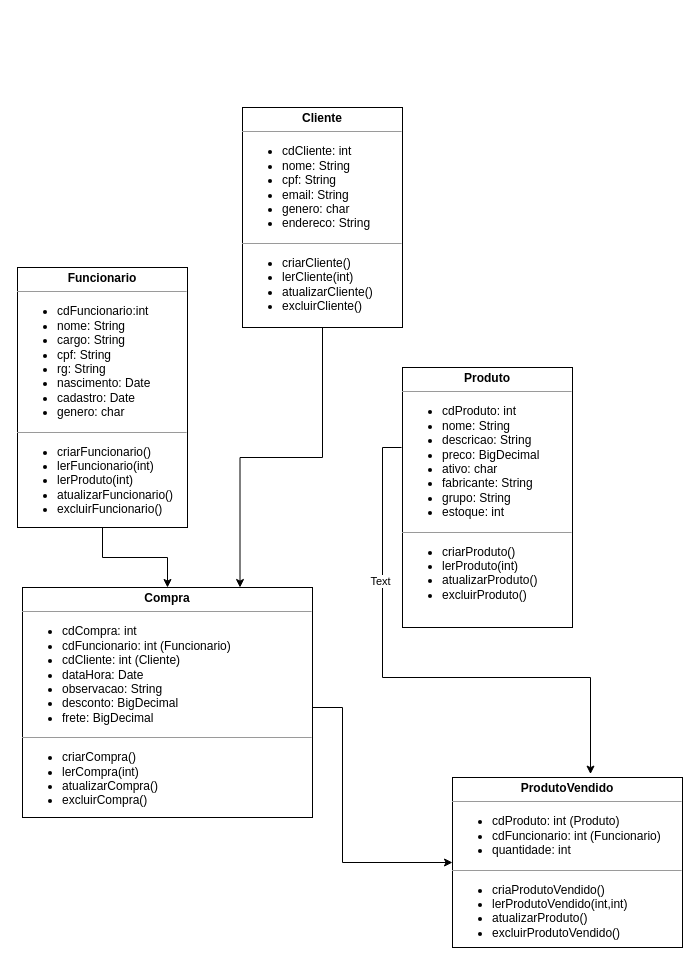
This is Diagrama-SV.drawio from jaumx/SistemaSenac, a draw.io file, before an edit. Source tidied: cells renumbered, new cells numbered last; positions are measured from the earlier drawing's top-left corner, leaving out a move shared by most shapes. Both pictures are drawn from the tidied source at 100%, with x=0, y=0 at pixel (17, 107).
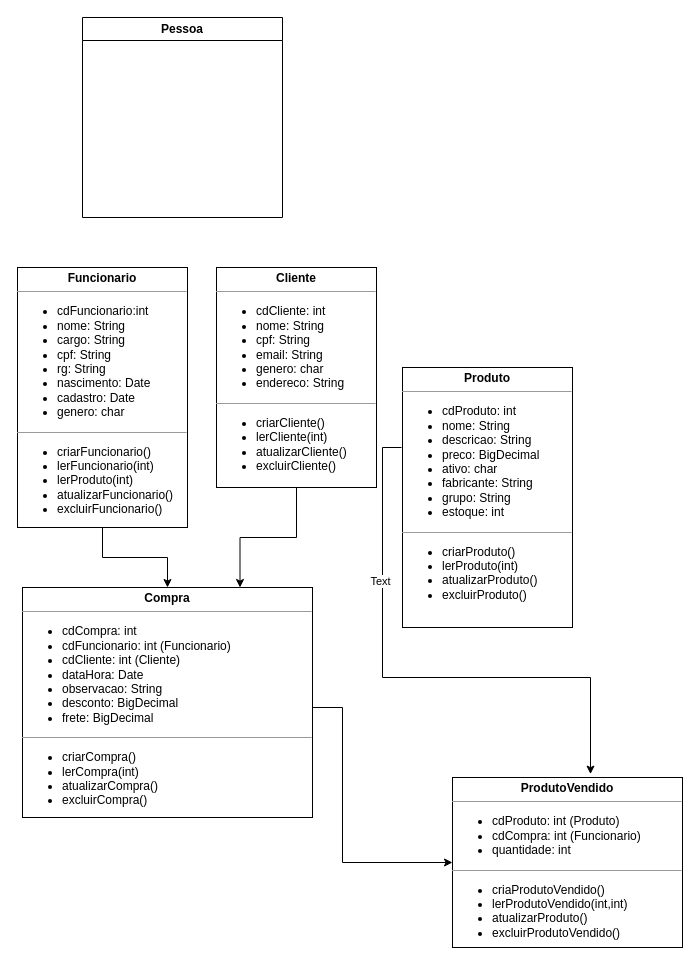
The same diagram, later.

What changed in the source:
```diff
@@
 <mxGraphModel>
   <root>
     <mxCell id="0" />
     <mxCell id="1" parent="0" />
     <mxCell id="2" style="edgeStyle=orthogonalEdgeStyle;rounded=0;jettySize=auto;html=1;entryX=0.75;entryY=0;entryDx=0;entryDy=0;" parent="1" edge="1" source="3" target="10">
       <mxGeometry relative="1" as="geometry" />
     </mxCell>
     <mxCell id="3" value="&lt;p style=&quot;margin:0px;margin-top:4px;text-align:center;&quot;&gt;&lt;b&gt;Cliente&lt;/b&gt;&lt;/p&gt;&lt;hr size=&quot;1&quot;&gt;&lt;p style=&quot;margin:0px;margin-left:4px;&quot;&gt;&lt;/p&gt;&lt;ul&gt;&lt;li&gt;cdCliente: int&lt;/li&gt;&lt;li&gt;nome: String&lt;/li&gt;&lt;li&gt;cpf: String&lt;/li&gt;&lt;li&gt;email: String&lt;/li&gt;&lt;li&gt;genero: char&lt;/li&gt;&lt;li&gt;endereco: String&lt;/li&gt;&lt;/ul&gt;&lt;p&gt;&lt;/p&gt;&lt;hr size=&quot;1&quot;&gt;&lt;p style=&quot;margin:0px;margin-left:4px;&quot;&gt;&lt;/p&gt;&lt;ul&gt;&lt;li&gt;criarCliente()&lt;/li&gt;&lt;li&gt;lerCliente(int)&lt;/li&gt;&lt;li&gt;atualizarCliente()&lt;/li&gt;&lt;li&gt;excluirCliente()&lt;/li&gt;&lt;/ul&gt;&lt;p&gt;&lt;/p&gt;" style="verticalAlign=top;align=left;overflow=fill;fontSize=12;fontFamily=Helvetica;html=1;whiteSpace=wrap;" parent="1" vertex="1">
-      <mxGeometry x="225" width="160" height="220" as="geometry" />
+      <mxGeometry x="199" y="160" width="160" height="220" as="geometry" />
     </mxCell>
     <mxCell id="4" style="edgeStyle=orthogonalEdgeStyle;rounded=0;jettySize=auto;html=1;" parent="1" edge="1" source="5" target="10">
       <mxGeometry relative="1" as="geometry" />
     </mxCell>
     <mxCell id="5" value="&lt;p style=&quot;margin:0px;margin-top:4px;text-align:center;&quot;&gt;&lt;b&gt;Funcionario&lt;/b&gt;&lt;/p&gt;&lt;hr size=&quot;1&quot;&gt;&lt;p style=&quot;margin:0px;margin-left:4px;&quot;&gt;&lt;/p&gt;&lt;ul&gt;&lt;li style=&quot;border-color: var(--border-color);&quot;&gt;cdFuncionario:int&lt;/li&gt;&lt;li style=&quot;border-color: var(--border-color);&quot;&gt;nome: String&lt;/li&gt;&lt;li style=&quot;border-color: var(--border-color);&quot;&gt;cargo: String&lt;/li&gt;&lt;li style=&quot;border-color: var(--border-color);&quot;&gt;cpf: String&lt;/li&gt;&lt;li style=&quot;border-color: var(--border-color);&quot;&gt;rg: String&lt;/li&gt;&lt;li style=&quot;border-color: var(--border-color);&quot;&gt;nascimento: Date&lt;/li&gt;&lt;li style=&quot;border-color: var(--border-color);&quot;&gt;cadastro: Date&lt;/li&gt;&lt;li&gt;genero: char&lt;/li&gt;&lt;/ul&gt;&lt;p&gt;&lt;/p&gt;&lt;hr size=&quot;1&quot;&gt;&lt;p style=&quot;margin:0px;margin-left:4px;&quot;&gt;&lt;/p&gt;&lt;ul&gt;&lt;li style=&quot;border-color: var(--border-color);&quot;&gt;criarFuncionario()&lt;/li&gt;&lt;li style=&quot;border-color: var(--border-color);&quot;&gt;&lt;span style=&quot;border-color: var(--border-color); background-color: initial;&quot;&gt;lerFuncionario(int)&lt;/span&gt;&lt;/li&gt;&lt;li style=&quot;border-color: var(--border-color);&quot;&gt;&lt;span style=&quot;border-color: var(--border-color); background-color: initial;&quot;&gt;lerProduto(int)&lt;/span&gt;&lt;/li&gt;&lt;li style=&quot;border-color: var(--border-color);&quot;&gt;&lt;span style=&quot;border-color: var(--border-color); background-color: initial;&quot;&gt;atualizarFuncionario()&amp;nbsp;&lt;/span&gt;&lt;/li&gt;&lt;li style=&quot;border-color: var(--border-color);&quot;&gt;&lt;span style=&quot;border-color: var(--border-color); background-color: initial;&quot;&gt;excluirFuncionario()&lt;/span&gt;&lt;/li&gt;&lt;/ul&gt;&lt;p&gt;&lt;/p&gt;" style="verticalAlign=top;align=left;overflow=fill;fontSize=12;fontFamily=Helvetica;html=1;whiteSpace=wrap;" parent="1" vertex="1">
       <mxGeometry y="160" width="170" height="260" as="geometry" />
     </mxCell>
     <mxCell id="6" style="edgeStyle=orthogonalEdgeStyle;rounded=0;jettySize=auto;html=1;entryX=0.6;entryY=-0.02;entryDx=0;entryDy=0;entryPerimeter=0;" parent="1" edge="1" target="11">
       <mxGeometry relative="1" as="geometry">
         <mxPoint x="384" y="340" as="sourcePoint" />
         <Array as="points">
           <mxPoint x="365" y="340" />
           <mxPoint x="365" y="570" />
           <mxPoint x="573" y="570" />
         </Array>
       </mxGeometry>
     </mxCell>
     <mxCell id="7" value="Text" style="edgeLabel;html=1;align=center;verticalAlign=middle;" parent="6" vertex="1">
       <mxGeometry x="-0.45" y="-3" relative="1" as="geometry" />
     </mxCell>
     <mxCell id="8" value="&lt;p style=&quot;margin:0px;margin-top:4px;text-align:center;&quot;&gt;&lt;b&gt;Produto&lt;/b&gt;&lt;/p&gt;&lt;hr size=&quot;1&quot;&gt;&lt;p style=&quot;margin:0px;margin-left:4px;&quot;&gt;&lt;/p&gt;&lt;ul&gt;&lt;li style=&quot;border-color: var(--border-color);&quot;&gt;cdProduto: int&lt;/li&gt;&lt;li style=&quot;border-color: var(--border-color);&quot;&gt;nome: String&lt;/li&gt;&lt;li style=&quot;border-color: var(--border-color);&quot;&gt;descricao: String&lt;/li&gt;&lt;li style=&quot;border-color: var(--border-color);&quot;&gt;preco: BigDecimal&lt;/li&gt;&lt;li style=&quot;border-color: var(--border-color);&quot;&gt;ativo: char&lt;/li&gt;&lt;li style=&quot;border-color: var(--border-color);&quot;&gt;fabricante: String&lt;/li&gt;&lt;li style=&quot;border-color: var(--border-color);&quot;&gt;grupo: String&lt;/li&gt;&lt;li style=&quot;border-color: var(--border-color);&quot;&gt;estoque: int&lt;br&gt;&lt;/li&gt;&lt;/ul&gt;&lt;p&gt;&lt;/p&gt;&lt;hr size=&quot;1&quot;&gt;&lt;p style=&quot;margin:0px;margin-left:4px;&quot;&gt;&lt;/p&gt;&lt;ul&gt;&lt;li style=&quot;border-color: var(--border-color);&quot;&gt;criarProduto()&lt;/li&gt;&lt;li style=&quot;border-color: var(--border-color);&quot;&gt;&lt;span style=&quot;border-color: var(--border-color); background-color: initial;&quot;&gt;lerProduto(int)&lt;/span&gt;&lt;/li&gt;&lt;li style=&quot;border-color: var(--border-color);&quot;&gt;&lt;span style=&quot;border-color: var(--border-color); background-color: initial;&quot;&gt;atualizarProduto()&amp;nbsp;&lt;/span&gt;&lt;/li&gt;&lt;li style=&quot;border-color: var(--border-color);&quot;&gt;&lt;span style=&quot;border-color: var(--border-color); background-color: initial;&quot;&gt;excluirProduto()&lt;/span&gt;&lt;/li&gt;&lt;/ul&gt;&lt;p&gt;&lt;/p&gt;" style="verticalAlign=top;align=left;overflow=fill;fontSize=12;fontFamily=Helvetica;html=1;whiteSpace=wrap;" parent="1" vertex="1">
       <mxGeometry x="385" y="260" width="170" height="260" as="geometry" />
     </mxCell>
     <mxCell id="9" style="edgeStyle=orthogonalEdgeStyle;rounded=0;jettySize=auto;html=1;entryX=0;entryY=0.5;entryDx=0;entryDy=0;" parent="1" edge="1" target="11">
       <mxGeometry relative="1" as="geometry">
         <mxPoint x="275" y="600" as="sourcePoint" />
         <Array as="points">
           <mxPoint x="325" y="600" />
           <mxPoint x="325" y="755" />
         </Array>
       </mxGeometry>
     </mxCell>
     <mxCell id="10" value="&lt;p style=&quot;margin:0px;margin-top:4px;text-align:center;&quot;&gt;&lt;b&gt;Compra&lt;/b&gt;&lt;/p&gt;&lt;hr size=&quot;1&quot;&gt;&lt;p style=&quot;margin:0px;margin-left:4px;&quot;&gt;&lt;/p&gt;&lt;ul&gt;&lt;li style=&quot;border-color: var(--border-color);&quot;&gt;cdCompra: int&lt;/li&gt;&lt;li style=&quot;border-color: var(--border-color);&quot;&gt;cdFuncionario: int (Funcionario)&lt;/li&gt;&lt;li style=&quot;border-color: var(--border-color);&quot;&gt;cdCliente: int (Cliente)&lt;/li&gt;&lt;li style=&quot;border-color: var(--border-color);&quot;&gt;dataHora: Date&lt;/li&gt;&lt;li style=&quot;border-color: var(--border-color);&quot;&gt;observacao: String&lt;/li&gt;&lt;li style=&quot;border-color: var(--border-color);&quot;&gt;desconto: BigDecimal&lt;/li&gt;&lt;li style=&quot;border-color: var(--border-color);&quot;&gt;frete: BigDecimal&lt;/li&gt;&lt;/ul&gt;&lt;p&gt;&lt;/p&gt;&lt;hr size=&quot;1&quot;&gt;&lt;p style=&quot;margin:0px;margin-left:4px;&quot;&gt;&lt;/p&gt;&lt;ul&gt;&lt;li style=&quot;border-color: var(--border-color);&quot;&gt;criarCompra()&lt;/li&gt;&lt;li style=&quot;border-color: var(--border-color);&quot;&gt;&lt;span style=&quot;border-color: var(--border-color); background-color: initial;&quot;&gt;lerCompra(int)&lt;/span&gt;&lt;/li&gt;&lt;li style=&quot;border-color: var(--border-color);&quot;&gt;&lt;span style=&quot;border-color: var(--border-color); background-color: initial;&quot;&gt;atualizarCompra()&amp;nbsp;&lt;/span&gt;&lt;/li&gt;&lt;li style=&quot;border-color: var(--border-color);&quot;&gt;&lt;span style=&quot;border-color: var(--border-color); background-color: initial;&quot;&gt;excluirCompra()&lt;/span&gt;&lt;/li&gt;&lt;/ul&gt;&lt;p&gt;&lt;/p&gt;" style="verticalAlign=top;align=left;overflow=fill;fontSize=12;fontFamily=Helvetica;html=1;whiteSpace=wrap;" parent="1" vertex="1">
       <mxGeometry x="5" y="480" width="290" height="230" as="geometry" />
     </mxCell>
-    <mxCell id="11" value="&lt;p style=&quot;margin:0px;margin-top:4px;text-align:center;&quot;&gt;&lt;b&gt;ProdutoVendido&lt;/b&gt;&lt;/p&gt;&lt;hr size=&quot;1&quot;&gt;&lt;p style=&quot;margin:0px;margin-left:4px;&quot;&gt;&lt;/p&gt;&lt;ul&gt;&lt;li style=&quot;border-color: var(--border-color);&quot;&gt;cdProduto: int (Produto)&lt;/li&gt;&lt;li style=&quot;border-color: var(--border-color);&quot;&gt;cdFuncionario: int (Funcionario)&lt;/li&gt;&lt;li style=&quot;border-color: var(--border-color);&quot;&gt;quantidade: int&lt;/li&gt;&lt;/ul&gt;&lt;p&gt;&lt;/p&gt;&lt;hr size=&quot;1&quot;&gt;&lt;p style=&quot;margin:0px;margin-left:4px;&quot;&gt;&lt;/p&gt;&lt;ul&gt;&lt;li style=&quot;border-color: var(--border-color);&quot;&gt;criaProdutoVendido()&lt;/li&gt;&lt;li style=&quot;border-color: var(--border-color);&quot;&gt;&lt;span style=&quot;border-color: var(--border-color); background-color: initial;&quot;&gt;lerProdutoVendido(int,int)&lt;/span&gt;&lt;/li&gt;&lt;li style=&quot;border-color: var(--border-color);&quot;&gt;&lt;span style=&quot;border-color: var(--border-color); background-color: initial;&quot;&gt;atualizarProduto()&lt;/span&gt;&lt;/li&gt;&lt;li style=&quot;border-color: var(--border-color);&quot;&gt;&lt;span style=&quot;border-color: var(--border-color); background-color: initial;&quot;&gt;excluirProdutoVendido()&lt;/span&gt;&lt;/li&gt;&lt;/ul&gt;&lt;p&gt;&lt;/p&gt;" style="verticalAlign=top;align=left;overflow=fill;fontSize=12;fontFamily=Helvetica;html=1;whiteSpace=wrap;" parent="1" vertex="1">
+    <mxCell id="11" value="&lt;p style=&quot;margin:0px;margin-top:4px;text-align:center;&quot;&gt;&lt;b&gt;ProdutoVendido&lt;/b&gt;&lt;/p&gt;&lt;hr size=&quot;1&quot;&gt;&lt;p style=&quot;margin:0px;margin-left:4px;&quot;&gt;&lt;/p&gt;&lt;ul&gt;&lt;li style=&quot;border-color: var(--border-color);&quot;&gt;cdProduto: int (Produto)&lt;/li&gt;&lt;li style=&quot;border-color: var(--border-color);&quot;&gt;cdCompra: int (Funcionario)&lt;/li&gt;&lt;li style=&quot;border-color: var(--border-color);&quot;&gt;quantidade: int&lt;/li&gt;&lt;/ul&gt;&lt;p&gt;&lt;/p&gt;&lt;hr size=&quot;1&quot;&gt;&lt;p style=&quot;margin:0px;margin-left:4px;&quot;&gt;&lt;/p&gt;&lt;ul&gt;&lt;li style=&quot;border-color: var(--border-color);&quot;&gt;criaProdutoVendido()&lt;/li&gt;&lt;li style=&quot;border-color: var(--border-color);&quot;&gt;&lt;span style=&quot;border-color: var(--border-color); background-color: initial;&quot;&gt;lerProdutoVendido(int,int)&lt;/span&gt;&lt;/li&gt;&lt;li style=&quot;border-color: var(--border-color);&quot;&gt;&lt;span style=&quot;border-color: var(--border-color); background-color: initial;&quot;&gt;atualizarProduto()&lt;/span&gt;&lt;/li&gt;&lt;li style=&quot;border-color: var(--border-color);&quot;&gt;&lt;span style=&quot;border-color: var(--border-color); background-color: initial;&quot;&gt;excluirProdutoVendido()&lt;/span&gt;&lt;/li&gt;&lt;/ul&gt;&lt;p&gt;&lt;/p&gt;" style="verticalAlign=top;align=left;overflow=fill;fontSize=12;fontFamily=Helvetica;html=1;whiteSpace=wrap;" parent="1" vertex="1">
       <mxGeometry x="435" y="670" width="230" height="170" as="geometry" />
     </mxCell>
+    <mxCell id="12" value="Pessoa" style="swimlane;whiteSpace=wrap;html=1;" parent="1" vertex="1">
+      <mxGeometry x="65" y="-90" width="200" height="200" as="geometry" />
+    </mxCell>
   </root>
 </mxGraphModel>
```
